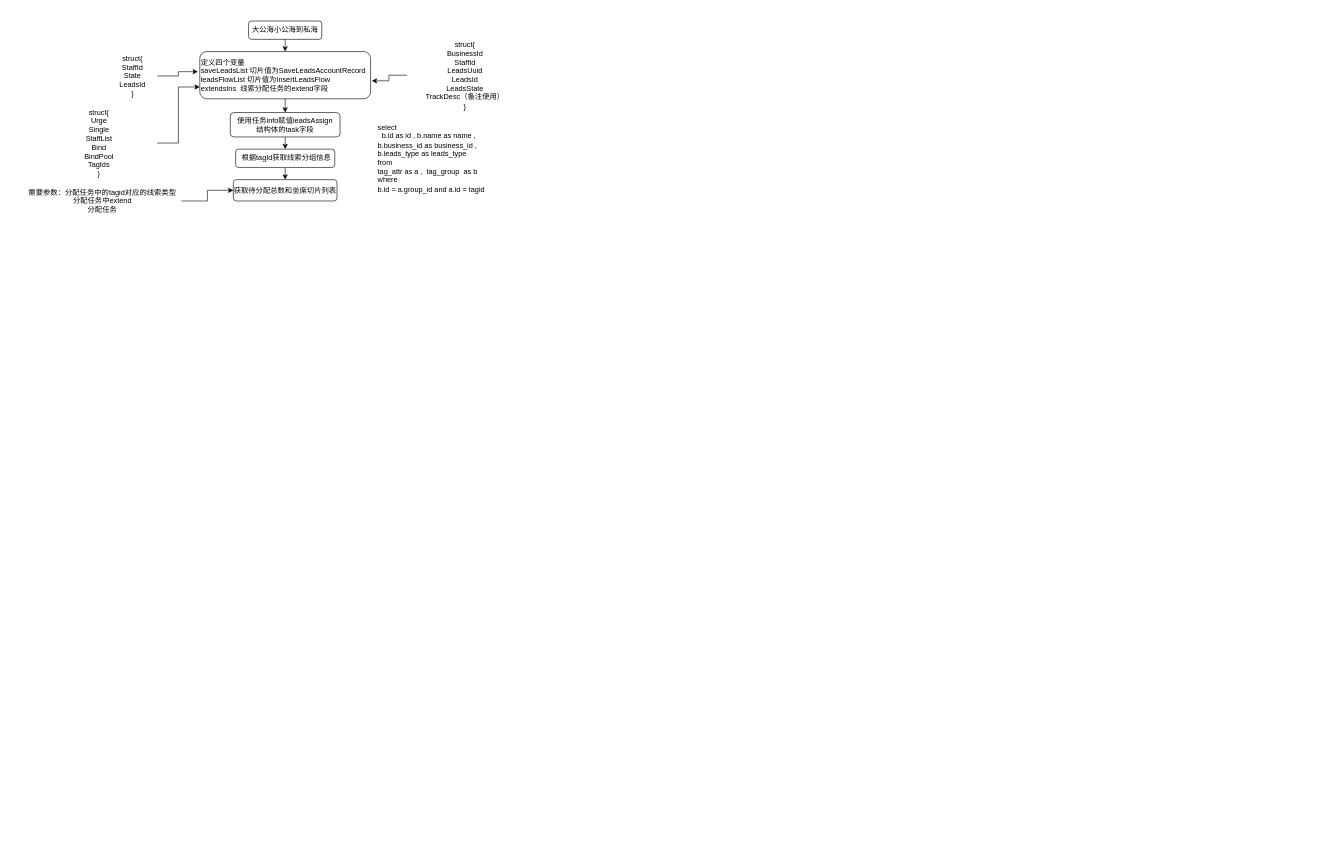
Above: 分配大公海小公海到私海.drawio in jilinhao/test (draw.io), before the change. Source tidied: cells renumbered, new cells numbered last; positions are measured from the earlier drawing's top-left corner, leaving out a move shared by most shapes. Both pictures are drawn from the tidied source at 61%, with x=0, y=0 at pixel (23, 21).
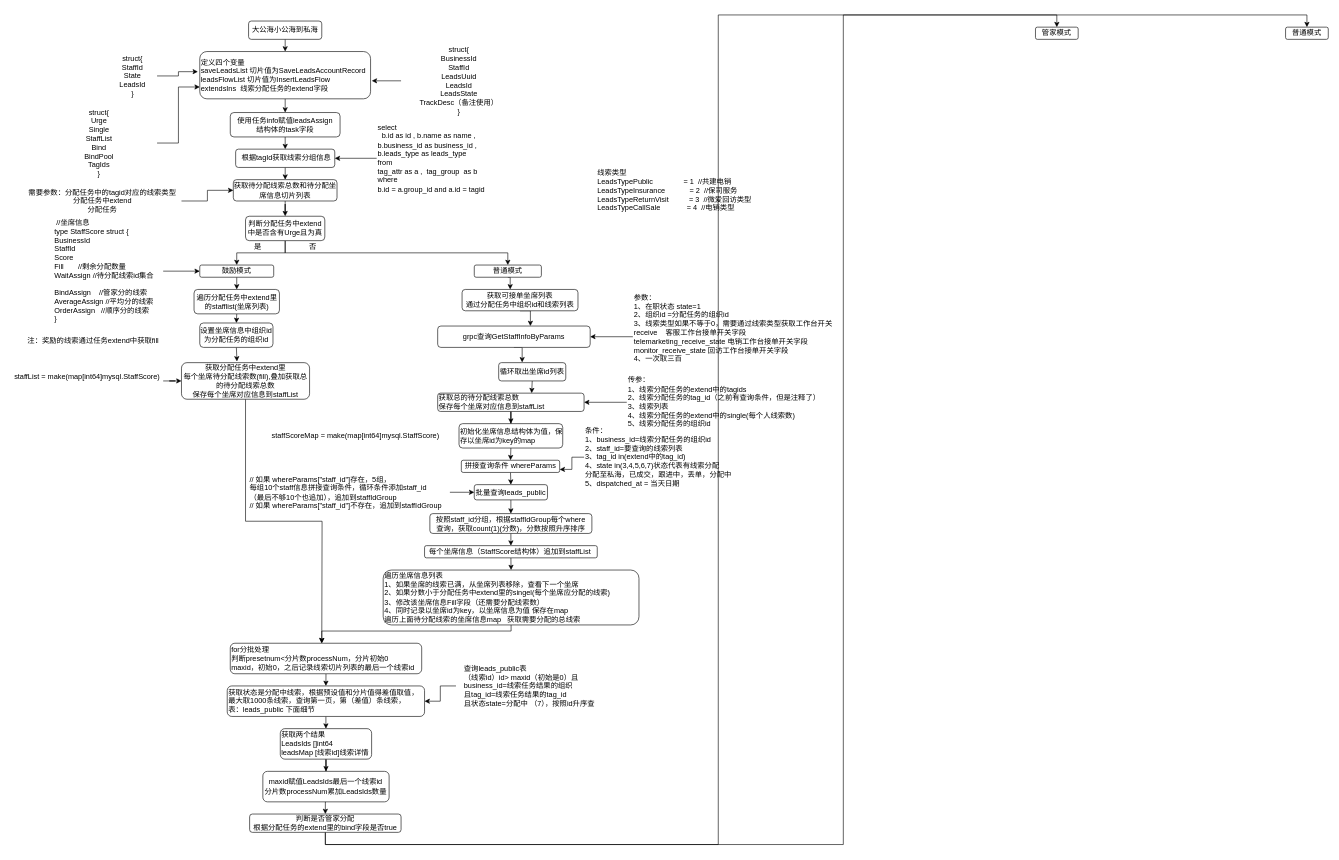
The same page after the edit.

Commit message (it also covers changes not shown here):
Update 分配大公海小公海到私海.drawio

Unchanged cells that the change refers to:
```xml
<mxCell id="15" value="&amp;nbsp;根据tagId获取线索分组信息&lt;br&gt;" style="rounded=1;whiteSpace=wrap;html=1;" parent="1" vertex="1">
  <mxGeometry x="348.8" y="210" width="162.5" height="30" as="geometry" />
</mxCell>
<mxCell id="16" value="&lt;div&gt;select&amp;nbsp;&lt;/div&gt;&lt;div&gt;&amp;nbsp; b.id as id , b.name as name ,&lt;/div&gt;&lt;div&gt;b.business_id as business_id ,&amp;nbsp;&lt;/div&gt;&lt;div&gt;b.leads_type as leads_type&lt;/div&gt;&lt;div&gt;from&amp;nbsp;&lt;/div&gt;&lt;div&gt;tag_attr as a ,&amp;nbsp; tag_group&amp;nbsp; as b&lt;/div&gt;&lt;div&gt;where&amp;nbsp;&lt;/div&gt;&lt;div&gt;b.id = a.group_id and a.id = tagid&lt;/div&gt;" style="text;html=1;align=left;verticalAlign=middle;points=[];" parent="1" vertex="1">
  <mxGeometry x="580" y="165" width="190" height="120" as="geometry" />
</mxCell>
```

Change to the diagram source:
```diff
@@
     <mxCell id="9" value="struct{&lt;br&gt;BusinessId&lt;br&gt;StaffId&lt;br&gt;LeadsUuid&lt;br&gt;LeadsId&lt;br&gt;LeadsState&lt;br&gt;TrackDesc（备注使用）&lt;br&gt;}" style="text;html=1;strokeColor=none;fillColor=none;align=center;verticalAlign=middle;whiteSpace=wrap;rounded=0;" parent="1" vertex="1">
-      <mxGeometry x="630" y="38.8" width="190" height="100" as="geometry" />
+      <mxGeometry x="620" y="48" width="190" height="100" as="geometry" />
     </mxCell>
@@
+    <mxCell id="20" style="edgeStyle=orthogonalEdgeStyle;rounded=0;jettySize=auto;html=1;entryX=1;entryY=0.5;entryDx=0;entryDy=0;" parent="1" edge="1" source="16" target="15">
+      <mxGeometry relative="1" as="geometry" />
+    </mxCell>
@@
+    <mxCell id="21" style="edgeStyle=orthogonalEdgeStyle;rounded=0;jettySize=auto;html=1;exitX=0.5;exitY=1;exitDx=0;exitDy=0;" parent="1" edge="1" source="17" target="24">
+      <mxGeometry relative="1" as="geometry" />
+    </mxCell>
-    <mxCell id="17" value="获取待分配总数和坐席切片列表" style="rounded=1;whiteSpace=wrap;html=1;" parent="1" vertex="1">
+    <mxCell id="17" value="获取待分配线索总数和待分配坐席信息切片列表" style="rounded=1;whiteSpace=wrap;html=1;" parent="1" vertex="1">
       <mxGeometry x="345" y="260" width="170" height="35" as="geometry" />
     </mxCell>
@@
+    <mxCell id="22" style="edgeStyle=orthogonalEdgeStyle;rounded=0;jettySize=auto;html=1;exitX=0.5;exitY=1;exitDx=0;exitDy=0;entryX=0.5;entryY=0;entryDx=0;entryDy=0;" parent="1" edge="1" source="24" target="26">
+      <mxGeometry relative="1" as="geometry" />
+    </mxCell>
+    <mxCell id="23" style="edgeStyle=orthogonalEdgeStyle;rounded=0;jettySize=auto;html=1;exitX=0.5;exitY=1;exitDx=0;exitDy=0;entryX=0.5;entryY=0;entryDx=0;entryDy=0;" parent="1" edge="1" source="24" target="28">
+      <mxGeometry relative="1" as="geometry" />
+    </mxCell>
+    <mxCell id="24" value="判断分配任务中extend中是否含有Urge且为真" style="rounded=1;whiteSpace=wrap;html=1;" parent="1" vertex="1">
+      <mxGeometry x="365" y="320" width="130" height="40" as="geometry" />
+    </mxCell>
+    <mxCell id="25" style="edgeStyle=orthogonalEdgeStyle;rounded=0;jettySize=auto;html=1;exitX=0.5;exitY=1;exitDx=0;exitDy=0;entryX=0.5;entryY=0;entryDx=0;entryDy=0;" parent="1" edge="1" source="26" target="34">
+      <mxGeometry relative="1" as="geometry" />
+    </mxCell>
+    <mxCell id="26" value="鼓励模式" style="rounded=1;whiteSpace=wrap;html=1;" parent="1" vertex="1">
+      <mxGeometry x="290" y="400" width="121.2" height="20" as="geometry" />
+    </mxCell>
+    <mxCell id="27" style="edgeStyle=orthogonalEdgeStyle;rounded=0;jettySize=auto;html=1;exitX=0.5;exitY=1;exitDx=0;exitDy=0;entryX=0.415;entryY=0;entryDx=0;entryDy=0;entryPerimeter=0;" parent="1" edge="1" source="28" target="42">
+      <mxGeometry relative="1" as="geometry" />
+    </mxCell>
+    <mxCell id="28" value="普通模式" style="rounded=1;whiteSpace=wrap;html=1;" parent="1" vertex="1">
+      <mxGeometry x="740" y="400" width="110" height="20" as="geometry" />
+    </mxCell>
+    <mxCell id="29" value="是" style="text;html=1;align=center;verticalAlign=middle;" parent="1" vertex="1">
+      <mxGeometry x="370" y="360" width="30" height="20" as="geometry" />
+    </mxCell>
+    <mxCell id="30" value="否" style="text;html=1;align=center;verticalAlign=middle;" parent="1" vertex="1">
+      <mxGeometry x="460" y="360" width="30" height="20" as="geometry" />
+    </mxCell>
+    <mxCell id="31" style="edgeStyle=orthogonalEdgeStyle;rounded=0;jettySize=auto;html=1;entryX=0;entryY=0.5;entryDx=0;entryDy=0;" parent="1" edge="1" source="32" target="26">
+      <mxGeometry relative="1" as="geometry" />
+    </mxCell>
+    <mxCell id="32" value="&lt;div&gt;&amp;nbsp;//坐席信息&lt;/div&gt;&lt;div&gt;type StaffScore struct {&lt;/div&gt;&lt;div&gt;&lt;span&gt; &lt;/span&gt;BusinessId&amp;nbsp; &amp;nbsp;&amp;nbsp;&lt;/div&gt;&lt;div&gt;&lt;span&gt; &lt;/span&gt;StaffId&amp;nbsp; &amp;nbsp; &amp;nbsp;&amp;nbsp;&lt;/div&gt;&lt;div&gt;&lt;span&gt; &lt;/span&gt;Score&amp;nbsp; &amp;nbsp; &amp;nbsp; &amp;nbsp; &amp;nbsp;&lt;/div&gt;&lt;div&gt;&lt;span&gt; &lt;/span&gt;Fill&amp;nbsp; &amp;nbsp; &amp;nbsp; &amp;nbsp;//剩余分配数量&lt;/div&gt;&lt;div&gt;&lt;span&gt; &lt;/span&gt;WaitAssign //待分配线索id集合&lt;/div&gt;&lt;div&gt;&lt;br&gt;&lt;/div&gt;&lt;div&gt;&lt;span&gt; &lt;/span&gt;BindAssign&amp;nbsp; &amp;nbsp; //管家分的线索&lt;/div&gt;&lt;div&gt;&lt;span&gt; &lt;/span&gt;AverageAssign //平均分的线索&lt;/div&gt;&lt;div&gt;&lt;span&gt; &lt;/span&gt;OrderAssign&amp;nbsp; &amp;nbsp;//顺序分的线索&lt;/div&gt;&lt;div&gt;}&lt;/div&gt;" style="text;html=1;align=left;verticalAlign=middle;points=[];" parent="1" vertex="1">
+      <mxGeometry x="50" y="325" width="180" height="170" as="geometry" />
+    </mxCell>
+    <mxCell id="33" style="edgeStyle=orthogonalEdgeStyle;rounded=0;jettySize=auto;html=1;exitX=0.5;exitY=1;exitDx=0;exitDy=0;entryX=0.5;entryY=0;entryDx=0;entryDy=0;" parent="1" edge="1" source="34" target="36">
+      <mxGeometry relative="1" as="geometry" />
+    </mxCell>
+    <mxCell id="34" value="遍历分配任务中extend里的stafflist(坐席列表)" style="rounded=1;whiteSpace=wrap;html=1;" parent="1" vertex="1">
+      <mxGeometry x="280.6" y="440" width="140" height="40" as="geometry" />
+    </mxCell>
+    <mxCell id="35" style="edgeStyle=orthogonalEdgeStyle;rounded=0;jettySize=auto;html=1;exitX=0.5;exitY=1;exitDx=0;exitDy=0;entryX=0.433;entryY=-0.033;entryDx=0;entryDy=0;entryPerimeter=0;" parent="1" edge="1" source="36" target="38">
+      <mxGeometry relative="1" as="geometry" />
+    </mxCell>
+    <mxCell id="36" value="设置坐席信息中组织id为分配任务的组织id" style="rounded=1;whiteSpace=wrap;html=1;" parent="1" vertex="1">
+      <mxGeometry x="290" y="495" width="120" height="40" as="geometry" />
+    </mxCell>
+    <mxCell id="37" style="edgeStyle=orthogonalEdgeStyle;rounded=0;jettySize=auto;html=1;exitX=0.5;exitY=1;exitDx=0;exitDy=0;entryX=0.5;entryY=0;entryDx=0;entryDy=0;" parent="1" edge="1" source="38">
+      <mxGeometry relative="1" as="geometry">
+        <mxPoint x="490" y="1020" as="targetPoint" />
+      </mxGeometry>
+    </mxCell>
+    <mxCell id="38" value="获取分配任务中extend里&lt;br&gt;每个坐席待分配线索数(fill),叠加获取总的待分配线索总数&lt;br&gt;保存每个坐席对应信息到staffList&lt;br&gt;" style="rounded=1;whiteSpace=wrap;html=1;" parent="1" vertex="1">
+      <mxGeometry x="260" y="560" width="210" height="60" as="geometry" />
+    </mxCell>
+    <mxCell id="39" style="edgeStyle=orthogonalEdgeStyle;rounded=0;jettySize=auto;html=1;entryX=0;entryY=0.5;entryDx=0;entryDy=0;" parent="1" edge="1" source="40" target="38">
+      <mxGeometry relative="1" as="geometry" />
+    </mxCell>
+    <mxCell id="40" value="&lt;div&gt;staffList = make(map[int64]mysql.StaffScore)&lt;/div&gt;&lt;div&gt;&lt;br&gt;&lt;/div&gt;" style="text;html=1;align=center;verticalAlign=middle;points=[];" parent="1" vertex="1">
+      <mxGeometry x="-20" y="575" width="250" height="30" as="geometry" />
+    </mxCell>
+    <mxCell id="41" style="edgeStyle=orthogonalEdgeStyle;rounded=0;jettySize=auto;html=1;exitX=0.5;exitY=1;exitDx=0;exitDy=0;entryX=0.608;entryY=0;entryDx=0;entryDy=0;entryPerimeter=0;" parent="1" edge="1" source="42" target="44">
+      <mxGeometry relative="1" as="geometry" />
+    </mxCell>
+    <mxCell id="42" value="获取可接单坐席列表&lt;br&gt;通过分配任务中组织id和线索列表" style="rounded=1;whiteSpace=wrap;html=1;" parent="1" vertex="1">
+      <mxGeometry x="720" y="440" width="190" height="35" as="geometry" />
+    </mxCell>
+    <mxCell id="43" style="edgeStyle=orthogonalEdgeStyle;rounded=0;jettySize=auto;html=1;exitX=0.5;exitY=1;exitDx=0;exitDy=0;entryX=0.35;entryY=-0.017;entryDx=0;entryDy=0;entryPerimeter=0;" parent="1" edge="1" source="44" target="49">
+      <mxGeometry relative="1" as="geometry" />
+    </mxCell>
+    <mxCell id="44" value="grpc查询GetStaffInfoByParams" style="rounded=1;whiteSpace=wrap;html=1;" parent="1" vertex="1">
+      <mxGeometry x="680" y="500" width="250" height="35" as="geometry" />
+    </mxCell>
+    <mxCell id="45" style="edgeStyle=orthogonalEdgeStyle;rounded=0;jettySize=auto;html=1;entryX=1;entryY=0.5;entryDx=0;entryDy=0;" parent="1" edge="1" source="46" target="44">
+      <mxGeometry relative="1" as="geometry" />
+    </mxCell>
+    <mxCell id="46" value="参数：&lt;br&gt;1、在职状态 state=1&lt;br&gt;2、组织id =分配任务的组织id&lt;br&gt;3、线索类型如果不等于0，需要通过线索类型获取工作台开关&lt;br&gt;receive&amp;nbsp; &amp;nbsp;&amp;nbsp;客服工作台接单开关字段&lt;br&gt;&lt;div&gt;telemarketing_receive_state&amp;nbsp;&lt;span&gt;电销工作台接单开关字段&lt;/span&gt;&lt;/div&gt;&lt;div&gt;monitor_receive_state&amp;nbsp;&lt;span&gt;回访工作台接单开关字段&lt;br&gt;&lt;/span&gt;4、一次取三百&lt;/div&gt;&lt;div&gt;&lt;span&gt;&lt;br&gt;&lt;/span&gt;&lt;/div&gt;&lt;div&gt;&lt;br&gt;&lt;/div&gt;" style="text;html=1;align=left;verticalAlign=middle;points=[];" parent="1" vertex="1">
+      <mxGeometry x="1000" y="442.5" width="340" height="150" as="geometry" />
+    </mxCell>
+    <mxCell id="47" value="&lt;div&gt;线索类型&lt;/div&gt;&lt;div&gt;LeadsTypePublic&amp;nbsp; &amp;nbsp; &amp;nbsp; &amp;nbsp; &amp;nbsp; &amp;nbsp; &amp;nbsp; &amp;nbsp;= 1&amp;nbsp; //共建电销&lt;/div&gt;&lt;div&gt;LeadsTypeInsurance&amp;nbsp; &amp;nbsp; &amp;nbsp; &amp;nbsp; &amp;nbsp; &amp;nbsp; = 2&amp;nbsp; //保司服务&lt;/div&gt;&lt;div&gt;LeadsTypeReturnVisit&amp;nbsp; &amp;nbsp; &amp;nbsp; &amp;nbsp; &amp;nbsp; = 3&amp;nbsp; //微爱回访类型&lt;/div&gt;&lt;div&gt;LeadsTypeCallSale&amp;nbsp; &amp;nbsp; &amp;nbsp; &amp;nbsp; &amp;nbsp; &amp;nbsp; &amp;nbsp;= 4&amp;nbsp; //电销类型&lt;/div&gt;&lt;div&gt;&lt;br&gt;&lt;/div&gt;" style="text;html=1;align=left;verticalAlign=middle;" parent="1" vertex="1">
+      <mxGeometry x="940" y="240" width="270" height="90" as="geometry" />
+    </mxCell>
+    <mxCell id="48" style="edgeStyle=orthogonalEdgeStyle;rounded=0;jettySize=auto;html=1;exitX=0.5;exitY=1;exitDx=0;exitDy=0;entryX=0.642;entryY=0;entryDx=0;entryDy=0;entryPerimeter=0;" parent="1" edge="1" source="49" target="51">
+      <mxGeometry relative="1" as="geometry" />
+    </mxCell>
+    <mxCell id="49" value="循环取出坐席id列表" style="rounded=1;whiteSpace=wrap;html=1;" parent="1" vertex="1">
+      <mxGeometry x="780" y="560" width="110" height="30" as="geometry" />
+    </mxCell>
+    <mxCell id="50" style="edgeStyle=orthogonalEdgeStyle;rounded=0;jettySize=auto;html=1;exitX=0.5;exitY=1;exitDx=0;exitDy=0;" parent="1" edge="1" source="51" target="55">
+      <mxGeometry relative="1" as="geometry" />
+    </mxCell>
+    <mxCell id="51" value="&lt;span&gt;获取总的待分配线索总数&lt;/span&gt;&lt;br&gt;&lt;span&gt;保存每个坐席对应信息到staffList&lt;/span&gt;" style="rounded=1;whiteSpace=wrap;html=1;align=left;" parent="1" vertex="1">
+      <mxGeometry x="680" y="610" width="240" height="30" as="geometry" />
+    </mxCell>
+    <mxCell id="52" style="edgeStyle=orthogonalEdgeStyle;rounded=0;jettySize=auto;html=1;entryX=1;entryY=0.5;entryDx=0;entryDy=0;" parent="1" edge="1" source="53" target="51">
+      <mxGeometry relative="1" as="geometry" />
+    </mxCell>
+    <mxCell id="53" value="传参：&lt;br&gt;1、线索分配任务的extend中的tagids&lt;br&gt;2、线索分配任务的tag_id（之前有查询条件，但是注释了）&lt;br&gt;3、线索列表&lt;br&gt;4、线索分配任务的extend中的single(每个人线索数)&lt;br&gt;5、线索分配任务的组织id" style="text;html=1;align=left;verticalAlign=middle;points=[];" parent="1" vertex="1">
+      <mxGeometry x="990" y="580" width="330" height="90" as="geometry" />
+    </mxCell>
+    <mxCell id="54" style="edgeStyle=orthogonalEdgeStyle;rounded=0;jettySize=auto;html=1;exitX=0.5;exitY=1;exitDx=0;exitDy=0;entryX=0.5;entryY=0;entryDx=0;entryDy=0;" parent="1" edge="1" source="55" target="58">
+      <mxGeometry relative="1" as="geometry" />
+    </mxCell>
+    <mxCell id="55" value="初始化坐席信息结构体为值，保存以坐席id为key的map" style="rounded=1;whiteSpace=wrap;html=1;align=left;" parent="1" vertex="1">
+      <mxGeometry x="715" y="660" width="170" height="40" as="geometry" />
+    </mxCell>
+    <mxCell id="56" value="&lt;div&gt;&lt;span&gt; &lt;/span&gt;staffScoreMap = make(map[int64]mysql.StaffScore)&lt;/div&gt;" style="text;html=1;align=center;verticalAlign=middle;" parent="1" vertex="1">
+      <mxGeometry x="400" y="670" width="290" height="20" as="geometry" />
+    </mxCell>
+    <mxCell id="57" style="edgeStyle=orthogonalEdgeStyle;rounded=0;jettySize=auto;html=1;exitX=0.5;exitY=1;exitDx=0;exitDy=0;entryX=0.5;entryY=0;entryDx=0;entryDy=0;" parent="1" edge="1" source="58" target="62">
+      <mxGeometry relative="1" as="geometry" />
+    </mxCell>
+    <mxCell id="58" value="拼接查询条件 whereParams" style="rounded=1;whiteSpace=wrap;html=1;" parent="1" vertex="1">
+      <mxGeometry x="718.8" y="720" width="161.2" height="20" as="geometry" />
+    </mxCell>
+    <mxCell id="59" style="edgeStyle=orthogonalEdgeStyle;rounded=0;jettySize=auto;html=1;entryX=1;entryY=0.75;entryDx=0;entryDy=0;" parent="1" edge="1" source="60" target="58">
+      <mxGeometry relative="1" as="geometry" />
+    </mxCell>
+    <mxCell id="60" value="条件：&lt;br&gt;1、business_id=线索分配任务的组织id&lt;br&gt;2、staff_id=要查询的线索列表&lt;br&gt;3、tag_id in(extend中的tag_id)&lt;br&gt;4、state in(3,4,5,6,7)状态代表有线索分配&lt;br&gt;分配至私海，已成交，跟进中，丢单，分配中&lt;br&gt;5、dispatched_at = 当天日期" style="text;html=1;align=left;verticalAlign=middle;points=[];" parent="1" vertex="1">
+      <mxGeometry x="920" y="665" width="260" height="100" as="geometry" />
+    </mxCell>
+    <mxCell id="61" style="edgeStyle=orthogonalEdgeStyle;rounded=0;jettySize=auto;html=1;exitX=0.5;exitY=1;exitDx=0;exitDy=0;entryX=0.5;entryY=0;entryDx=0;entryDy=0;" parent="1" edge="1" source="62" target="66">
+      <mxGeometry relative="1" as="geometry" />
+    </mxCell>
+    <mxCell id="62" value="批量查询leads_public" style="rounded=1;whiteSpace=wrap;html=1;" parent="1" vertex="1">
+      <mxGeometry x="740" y="760" width="120" height="25" as="geometry" />
+    </mxCell>
+    <mxCell id="63" style="edgeStyle=orthogonalEdgeStyle;rounded=0;jettySize=auto;html=1;entryX=0;entryY=0.5;entryDx=0;entryDy=0;" parent="1" edge="1" source="64" target="62">
+      <mxGeometry relative="1" as="geometry" />
+    </mxCell>
+    <mxCell id="64" value="&lt;div&gt;// 如果 whereParams[&quot;staff_id&quot;]存在，5组，&lt;/div&gt;&lt;div&gt;每组10个staff信息拼接查询条件，循环条件添加staff_id&lt;/div&gt;&lt;div&gt;（最后不够10个也追加），&lt;span&gt;追加到staffIdGroup&lt;/span&gt;&lt;/div&gt;&lt;div&gt;// 如果 whereParams[&quot;staff_id&quot;]不存在，追加到staffIdGroup&lt;/div&gt;" style="text;html=1;align=left;verticalAlign=middle;points=[];" parent="1" vertex="1">
+      <mxGeometry x="370" y="742.5" width="330" height="60" as="geometry" />
+    </mxCell>
+    <mxCell id="65" style="edgeStyle=orthogonalEdgeStyle;rounded=0;jettySize=auto;html=1;exitX=0.5;exitY=1;exitDx=0;exitDy=0;entryX=0.5;entryY=0;entryDx=0;entryDy=0;" parent="1" edge="1" source="66" target="68">
+      <mxGeometry relative="1" as="geometry" />
+    </mxCell>
+    <mxCell id="66" value="按照staff_id分组，根据&lt;span style=&quot;text-align: left&quot;&gt;staffIdGroup每个where&lt;/span&gt;&lt;br&gt;查询，获取count(1)(分数)，分数按照升序排序" style="rounded=1;whiteSpace=wrap;html=1;" parent="1" vertex="1">
+      <mxGeometry x="667.2" y="807.5" width="265.6" height="32.5" as="geometry" />
+    </mxCell>
+    <mxCell id="67" style="edgeStyle=orthogonalEdgeStyle;rounded=0;jettySize=auto;html=1;exitX=0.5;exitY=1;exitDx=0;exitDy=0;entryX=0.5;entryY=0;entryDx=0;entryDy=0;" parent="1" edge="1" source="68" target="70">
+      <mxGeometry relative="1" as="geometry" />
+    </mxCell>
+    <mxCell id="68" value="每个坐席信息（&lt;span style=&quot;text-align: left&quot;&gt;StaffScore结构体）&lt;/span&gt;追加到staffList&amp;nbsp;" style="rounded=1;whiteSpace=wrap;html=1;" parent="1" vertex="1">
+      <mxGeometry x="658.5" y="860" width="283.1" height="20" as="geometry" />
+    </mxCell>
+    <mxCell id="69" style="edgeStyle=orthogonalEdgeStyle;rounded=0;jettySize=auto;html=1;exitX=0.5;exitY=1;exitDx=0;exitDy=0;entryX=0.5;entryY=0;entryDx=0;entryDy=0;" parent="1" edge="1" source="70">
+      <mxGeometry relative="1" as="geometry">
+        <mxPoint x="490" y="1020" as="targetPoint" />
+        <Array as="points">
+          <mxPoint x="800" y="1000" />
+          <mxPoint x="490" y="1000" />
+        </Array>
+      </mxGeometry>
+    </mxCell>
+    <mxCell id="70" value="遍历坐席信息列表&lt;br&gt;1、如果坐席的线索已满，从坐席列表移除，查看下一个坐席&lt;br&gt;2、如果分数小于分配任务中extend里的singel(每个坐席应分配的线索)&lt;br&gt;3、修改该坐席信息Fill字段（还需要分配线索数）&lt;br&gt;4、同时记录以坐席id为key，以坐席信息为值 保存在map&lt;br&gt;遍历上面待分配线索的坐席信息map&amp;nbsp; &amp;nbsp;获取需要分配的总线索" style="rounded=1;whiteSpace=wrap;html=1;align=left;" parent="1" vertex="1">
+      <mxGeometry x="590.7" y="900" width="419.3" height="90" as="geometry" />
+    </mxCell>
+    <mxCell id="71" value="注：奖励的线索通过任务extend中获取fill" style="text;html=1;align=center;verticalAlign=middle;" parent="1" vertex="1">
+      <mxGeometry y="515" width="230" height="20" as="geometry" />
+    </mxCell>
+    <mxCell id="72" style="edgeStyle=orthogonalEdgeStyle;rounded=0;jettySize=auto;html=1;exitX=0.5;exitY=1;exitDx=0;exitDy=0;entryX=0.5;entryY=0;entryDx=0;entryDy=0;" parent="1" edge="1" source="73" target="75">
+      <mxGeometry relative="1" as="geometry" />
+    </mxCell>
+    <mxCell id="73" value="for分批处理&lt;br&gt;判断presetnum&amp;lt;分片数processNum，分片初始0&lt;br&gt;maxid，初始0，之后记录线索切片列表的最后一个线索id" style="rounded=1;whiteSpace=wrap;html=1;align=left;" parent="1" vertex="1">
+      <mxGeometry x="340" y="1020" width="313.8" height="50" as="geometry" />
+    </mxCell>
+    <mxCell id="74" style="edgeStyle=orthogonalEdgeStyle;rounded=0;jettySize=auto;html=1;exitX=0.5;exitY=1;exitDx=0;exitDy=0;" parent="1" edge="1" source="75" target="79">
+      <mxGeometry relative="1" as="geometry" />
+    </mxCell>
+    <mxCell id="75" value="获取状态是分配中线索，根据预设值和分片值得差值取值，最大取1000条线索，查询第一页，第（差值）条线索，&lt;br&gt;表：leads_public 下面细节" style="rounded=1;whiteSpace=wrap;html=1;align=left;" parent="1" vertex="1">
+      <mxGeometry x="335" y="1090" width="323.5" height="50" as="geometry" />
+    </mxCell>
+    <mxCell id="76" style="edgeStyle=orthogonalEdgeStyle;rounded=0;jettySize=auto;html=1;entryX=1;entryY=0.5;entryDx=0;entryDy=0;" parent="1" edge="1" source="77" target="75">
+      <mxGeometry relative="1" as="geometry" />
+    </mxCell>
+    <mxCell id="77" value="&lt;div style=&quot;text-align: left&quot;&gt;&lt;span&gt;查询leads_public表&lt;/span&gt;&lt;/div&gt;&lt;div style=&quot;text-align: left&quot;&gt;&lt;span&gt;（线索id）id&amp;gt;&lt;/span&gt;&lt;span&gt;&amp;nbsp;maxid（初始是0）且&lt;/span&gt;&lt;/div&gt;&lt;span&gt;&lt;div style=&quot;text-align: left&quot;&gt;&lt;span&gt;business_id=线索任务结果的组织&lt;/span&gt;&lt;/div&gt;&lt;div style=&quot;text-align: left&quot;&gt;&lt;span&gt;且&lt;/span&gt;&lt;span&gt;tag_id=&lt;/span&gt;&lt;span&gt;线索任务结果的tag_id&lt;/span&gt;&lt;/div&gt;&lt;/span&gt;&lt;span&gt;&lt;div style=&quot;text-align: left&quot;&gt;&lt;span&gt;且状态state=分配中 （7），按照id升序查&lt;/span&gt;&lt;/div&gt;&lt;/span&gt;" style="text;html=1;align=center;verticalAlign=middle;points=[];" parent="1" vertex="1">
+      <mxGeometry x="710" y="1050" width="240" height="80" as="geometry" />
+    </mxCell>
+    <mxCell id="78" style="edgeStyle=orthogonalEdgeStyle;rounded=0;jettySize=auto;html=1;exitX=0.5;exitY=1;exitDx=0;exitDy=0;" parent="1" edge="1" source="79" target="81">
+      <mxGeometry relative="1" as="geometry" />
+    </mxCell>
+    <mxCell id="79" value="获取两个结果&lt;br&gt;LeadsIds []int64&lt;br&gt;leadsMap [线索id]线索详情" style="rounded=1;whiteSpace=wrap;html=1;align=left;" parent="1" vertex="1">
+      <mxGeometry x="422" y="1160" width="149.7" height="50" as="geometry" />
+    </mxCell>
+    <mxCell id="80" style="edgeStyle=orthogonalEdgeStyle;rounded=0;jettySize=auto;html=1;exitX=0.5;exitY=1;exitDx=0;exitDy=0;entryX=0.5;entryY=0;entryDx=0;entryDy=0;" parent="1" edge="1" source="81" target="84">
+      <mxGeometry relative="1" as="geometry" />
+    </mxCell>
+    <mxCell id="81" value="&lt;span&gt;maxid赋值&lt;/span&gt;LeadsIds最后一个线索id&lt;br&gt;分片数processNum累加LeadsIds数量" style="rounded=1;whiteSpace=wrap;html=1;" parent="1" vertex="1">
+      <mxGeometry x="393.4" y="1230" width="207" height="50" as="geometry" />
+    </mxCell>
+    <mxCell id="82" style="edgeStyle=orthogonalEdgeStyle;rounded=0;jettySize=auto;html=1;exitX=0.5;exitY=1;exitDx=0;exitDy=0;entryX=0.5;entryY=0;entryDx=0;entryDy=0;" parent="1" edge="1" source="84" target="85">
+      <mxGeometry relative="1" as="geometry" />
+    </mxCell>
+    <mxCell id="83" style="edgeStyle=orthogonalEdgeStyle;rounded=0;jettySize=auto;html=1;exitX=0.5;exitY=1;exitDx=0;exitDy=0;entryX=0.5;entryY=0;entryDx=0;entryDy=0;" parent="1" edge="1" source="84" target="86">
+      <mxGeometry relative="1" as="geometry" />
+    </mxCell>
+    <mxCell id="84" value="判断是否管家分配&lt;br&gt;根据分配任务的extend里的bind字段是否true" style="rounded=1;whiteSpace=wrap;html=1;" parent="1" vertex="1">
+      <mxGeometry x="371.7" y="1300" width="248.3" height="30" as="geometry" />
+    </mxCell>
+    <mxCell id="85" value="管家模式" style="rounded=1;whiteSpace=wrap;html=1;" parent="1" vertex="1">
+      <mxGeometry x="1660" y="10" width="70" height="20" as="geometry" />
+    </mxCell>
+    <mxCell id="86" value="普通模式" style="rounded=1;whiteSpace=wrap;html=1;" parent="1" vertex="1">
+      <mxGeometry x="2070" y="10" width="70" height="20" as="geometry" />
+    </mxCell>
```
